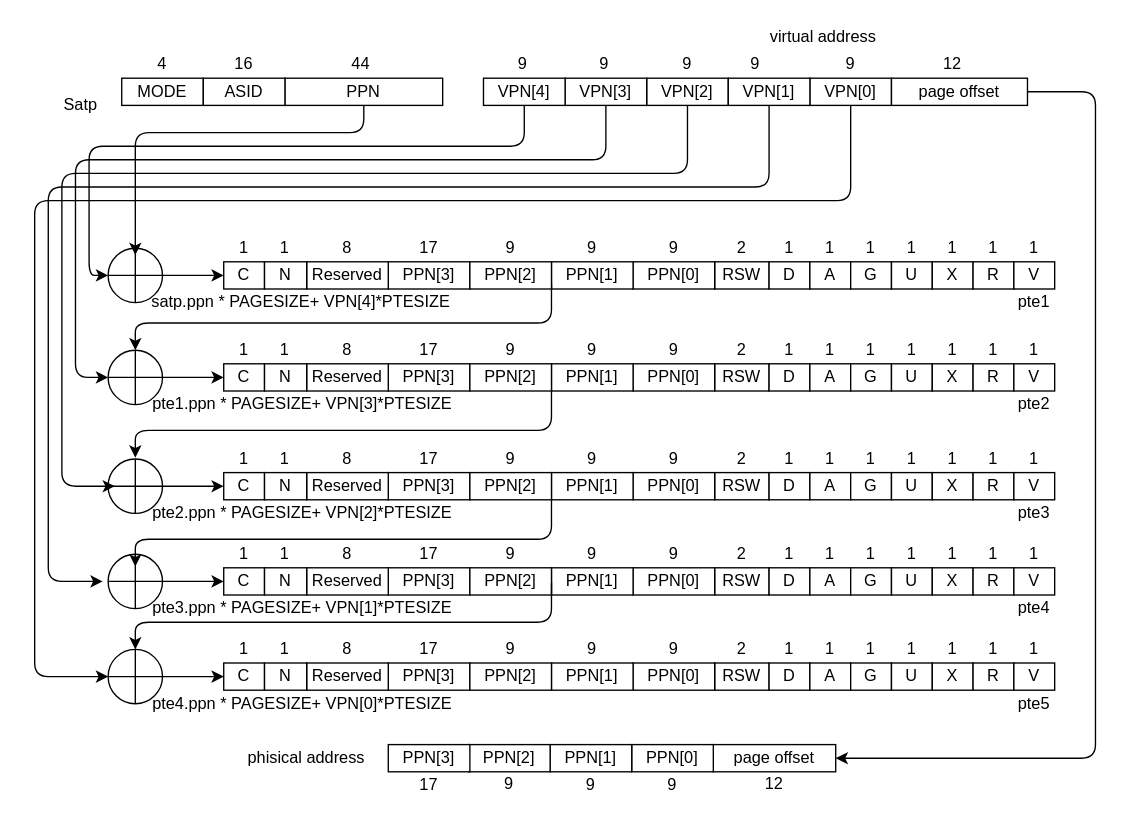
Above: sv57.drawio in Ziyue-Zhang/virt-mem-drawing (draw.io), before the change. Source tidied: cells renumbered, new cells numbered last; positions are measured from the earlier drawing's top-left corner, leaving out a move shared by most shapes. Both pictures are drawn from the tidied source at 136%, with x=0, y=0 at pixel (34, 23).
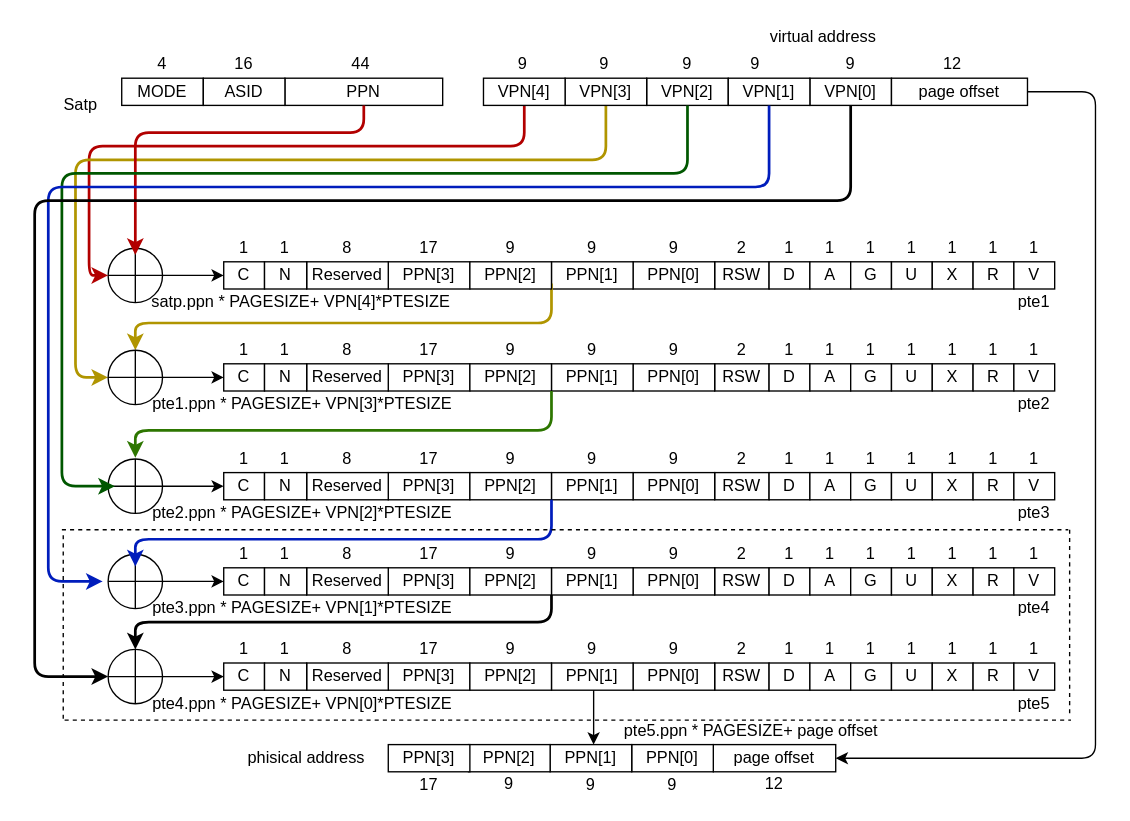
After the change.

Unchanged cells that the change refers to:
```xml
<mxCell id="3" value="PPN" style="rounded=0;whiteSpace=wrap;html=1;" parent="1" vertex="1">
  <mxGeometry x="184" y="40" width="116" height="20" as="geometry" />
</mxCell>
<mxCell id="9" value="VPN[2]" style="rounded=0;whiteSpace=wrap;html=1;" parent="1" vertex="1">
  <mxGeometry x="450" y="40" width="60" height="20" as="geometry" />
</mxCell>
<mxCell id="10" value="VPN[0]" style="rounded=0;whiteSpace=wrap;html=1;" parent="1" vertex="1">
  <mxGeometry x="570" y="40" width="60" height="20" as="geometry" />
</mxCell>
<mxCell id="47" style="ellipse;whiteSpace=wrap;html=1;" parent="1" vertex="1">
  <mxGeometry x="54" y="165" width="40" height="40" as="geometry" />
</mxCell>
<mxCell id="99" style="ellipse;whiteSpace=wrap;html=1;" parent="1" vertex="1">
  <mxGeometry x="54" y="240" width="40" height="40" as="geometry" />
</mxCell>
<mxCell id="204" style="ellipse;whiteSpace=wrap;html=1;" parent="1" vertex="1">
  <mxGeometry x="54" y="460" width="40" height="40" as="geometry" />
</mxCell>
<mxCell id="211" value="VPN[3]" style="rounded=0;whiteSpace=wrap;html=1;" parent="1" vertex="1">
  <mxGeometry x="390" y="40" width="60" height="20" as="geometry" />
</mxCell>
<mxCell id="212" value="VPN[4]" style="rounded=0;whiteSpace=wrap;html=1;" parent="1" vertex="1">
  <mxGeometry x="330" y="40" width="60" height="20" as="geometry" />
</mxCell>
```

The edit, as a diff of the source:
```diff
@@
-    <mxCell id="50" style="endArrow=classic;html=1;exitX=0.5;exitY=1;exitDx=0;exitDy=0;entryX=0;entryY=0.5;entryDx=0;entryDy=0;" parent="1" edge="1" source="212" target="47">
+    <mxCell id="50" style="endArrow=classic;html=1;exitX=0.5;exitY=1;exitDx=0;exitDy=0;entryX=0;entryY=0.5;entryDx=0;entryDy=0;fillColor=#e51400;strokeColor=#B20000;strokeWidth=2;" parent="1" edge="1" source="212" target="47">
       <mxGeometry relative="1" as="geometry">
         <Array as="points">
           <mxPoint x="360" y="90" />
           <mxPoint x="40" y="90" />
           <mxPoint x="40" y="185" />
         </Array>
       </mxGeometry>
     </mxCell>
-    <mxCell id="51" style="endArrow=classic;html=1;exitX=0.5;exitY=1;exitDx=0;exitDy=0;entryX=0;entryY=0.5;entryDx=0;entryDy=0;" parent="1" edge="1" source="211" target="99">
+    <mxCell id="51" style="endArrow=classic;html=1;exitX=0.5;exitY=1;exitDx=0;exitDy=0;entryX=0;entryY=0.5;entryDx=0;entryDy=0;fillColor=#e3c800;strokeColor=#B09500;strokeWidth=2;" parent="1" edge="1" source="211" target="99">
       <mxGeometry relative="1" as="geometry">
         <Array as="points">
           <mxPoint x="420" y="100" />
           <mxPoint x="30" y="100" />
           <mxPoint x="30" y="260" />
         </Array>
       </mxGeometry>
     </mxCell>
-    <mxCell id="52" style="endArrow=classic;html=1;exitX=0.5;exitY=1;exitDx=0;exitDy=0;" parent="1" edge="1" source="3">
+    <mxCell id="52" style="endArrow=classic;html=1;exitX=0.5;exitY=1;exitDx=0;exitDy=0;fillColor=#e51400;strokeColor=#B20000;strokeWidth=2;" parent="1" edge="1" source="3">
       <mxGeometry relative="1" as="geometry">
         <mxPoint x="74" y="170" as="targetPoint" />
         <Array as="points">
           <mxPoint x="242" y="80" />
           <mxPoint x="74" y="80" />
         </Array>
       </mxGeometry>
     </mxCell>
@@
-    <mxCell id="67" style="endArrow=classic;html=1;entryX=0.5;entryY=0;entryDx=0;entryDy=0;" parent="1" edge="1" target="99">
+    <mxCell id="67" style="endArrow=classic;html=1;entryX=0.5;entryY=0;entryDx=0;entryDy=0;fillColor=#e3c800;strokeColor=#B09500;strokeWidth=2;" parent="1" edge="1" target="99">
       <mxGeometry relative="1" as="geometry">
         <mxPoint x="380" y="191" as="sourcePoint" />
         <Array as="points">
           <mxPoint x="380" y="220" />
           <mxPoint x="74" y="220" />
         </Array>
       </mxGeometry>
     </mxCell>
@@
-    <mxCell id="215" style="endArrow=classic;html=1;exitX=0.5;exitY=1;exitDx=0;exitDy=0;entryX=0;entryY=0.5;entryDx=0;entryDy=0;" parent="1" edge="1" source="9">
+    <mxCell id="215" style="endArrow=classic;html=1;exitX=0.5;exitY=1;exitDx=0;exitDy=0;entryX=0;entryY=0.5;entryDx=0;entryDy=0;fillColor=#008a00;strokeColor=#005700;strokeWidth=2;" parent="1" edge="1" source="9">
       <mxGeometry relative="1" as="geometry">
         <mxPoint x="59" y="340" as="targetPoint" />
         <Array as="points">
           <mxPoint x="480" y="110" />
           <mxPoint x="20" y="110" />
           <mxPoint x="20" y="340" />
         </Array>
       </mxGeometry>
     </mxCell>
-    <mxCell id="216" style="endArrow=classic;html=1;exitX=0.5;exitY=1;exitDx=0;exitDy=0;" parent="1" edge="1">
+    <mxCell id="216" style="endArrow=classic;html=1;exitX=0.5;exitY=1;exitDx=0;exitDy=0;fillColor=#0050ef;strokeColor=#001DBC;strokeWidth=2;" parent="1" edge="1">
       <mxGeometry relative="1" as="geometry">
         <mxPoint x="540" y="60" as="sourcePoint" />
         <mxPoint x="50" y="410" as="targetPoint" />
         <Array as="points">
           <mxPoint x="540" y="120" />
           <mxPoint x="10" y="120" />
           <mxPoint x="10" y="410" />
         </Array>
       </mxGeometry>
     </mxCell>
-    <mxCell id="217" style="endArrow=classic;html=1;exitX=0.5;exitY=1;exitDx=0;exitDy=0;entryX=0;entryY=0.5;entryDx=0;entryDy=0;" parent="1" edge="1" source="10" target="204">
+    <mxCell id="217" style="endArrow=classic;html=1;exitX=0.5;exitY=1;exitDx=0;exitDy=0;entryX=0;entryY=0.5;entryDx=0;entryDy=0;strokeWidth=2;" parent="1" edge="1" source="10" target="204">
       <mxGeometry relative="1" as="geometry">
         <Array as="points">
           <mxPoint x="600" y="130" />
           <mxPoint y="130" />
           <mxPoint y="480" />
         </Array>
       </mxGeometry>
     </mxCell>
-    <mxCell id="218" style="endArrow=classic;html=1;entryX=0.5;entryY=0;entryDx=0;entryDy=0;" parent="1" edge="1">
+    <mxCell id="218" style="endArrow=classic;html=1;entryX=0.5;entryY=0;entryDx=0;entryDy=0;fillColor=#60a917;strokeColor=#2D7600;strokeWidth=2;" parent="1" edge="1">
       <mxGeometry relative="1" as="geometry">
         <mxPoint x="380" y="270" as="sourcePoint" />
         <mxPoint x="74" y="319" as="targetPoint" />
         <Array as="points">
           <mxPoint x="380" y="299" />
           <mxPoint x="74" y="299" />
         </Array>
       </mxGeometry>
     </mxCell>
-    <mxCell id="219" style="endArrow=classic;html=1;entryX=0.5;entryY=0;entryDx=0;entryDy=0;" parent="1" edge="1">
+    <mxCell id="219" style="endArrow=classic;html=1;entryX=0.5;entryY=0;entryDx=0;entryDy=0;strokeWidth=2;fillColor=#0050ef;strokeColor=#001DBC;" parent="1" edge="1">
       <mxGeometry relative="1" as="geometry">
         <mxPoint x="380" y="350" as="sourcePoint" />
         <mxPoint x="74" y="399" as="targetPoint" />
         <Array as="points">
           <mxPoint x="380" y="379" />
           <mxPoint x="74" y="379" />
         </Array>
       </mxGeometry>
     </mxCell>
-    <mxCell id="220" style="endArrow=classic;html=1;entryX=0.5;entryY=0;entryDx=0;entryDy=0;" parent="1" edge="1">
+    <mxCell id="220" style="endArrow=classic;html=1;entryX=0.5;entryY=0;entryDx=0;entryDy=0;strokeWidth=2;" parent="1" edge="1">
       <mxGeometry relative="1" as="geometry">
-        <mxPoint x="380" y="411" as="sourcePoint" />
+        <mxPoint x="380" y="420" as="sourcePoint" />
         <mxPoint x="74" y="460" as="targetPoint" />
         <Array as="points">
           <mxPoint x="380" y="440" />
           <mxPoint x="74" y="440" />
         </Array>
       </mxGeometry>
     </mxCell>
@@
+    <mxCell id="224" style="endArrow=classic;html=1;strokeWidth=1;entryX=0.75;entryY=0;entryDx=0;entryDy=0;" parent="1" edge="1">
+      <mxGeometry relative="1" as="geometry">
+        <mxPoint x="411" y="490" as="sourcePoint" />
+        <mxPoint x="411" y="530" as="targetPoint" />
+      </mxGeometry>
+    </mxCell>
+    <mxCell id="225" style="endArrow=none;dashed=1;html=1;strokeWidth=1;" parent="1" edge="1">
+      <mxGeometry relative="1" as="geometry">
+        <mxPoint x="22" y="512" as="sourcePoint" />
+        <mxPoint x="762" y="512" as="targetPoint" />
+      </mxGeometry>
+    </mxCell>
+    <mxCell id="226" style="endArrow=none;dashed=1;html=1;strokeWidth=1;" parent="1" edge="1">
+      <mxGeometry relative="1" as="geometry">
+        <mxPoint x="20" y="372" as="sourcePoint" />
+        <mxPoint x="760" y="372" as="targetPoint" />
+      </mxGeometry>
+    </mxCell>
+    <mxCell id="227" style="endArrow=none;dashed=1;html=1;strokeWidth=1;" parent="1" edge="1">
+      <mxGeometry relative="1" as="geometry">
+        <mxPoint x="21" y="511" as="sourcePoint" />
+        <mxPoint x="21" y="374" as="targetPoint" />
+      </mxGeometry>
+    </mxCell>
+    <mxCell id="228" style="endArrow=none;dashed=1;html=1;strokeWidth=1;" parent="1" edge="1">
+      <mxGeometry relative="1" as="geometry">
+        <mxPoint x="761" y="507" as="sourcePoint" />
+        <mxPoint x="761" y="370" as="targetPoint" />
+      </mxGeometry>
+    </mxCell>
+    <mxCell id="229" value="pte5.ppn * PAGESIZE+ page offset" style="text;html=1;strokeColor=none;fillColor=none;align=center;verticalAlign=middle;whiteSpace=wrap;rounded=0;" parent="1" vertex="1">
+      <mxGeometry x="384" y="510" width="286" height="20" as="geometry" />
+    </mxCell>
```
